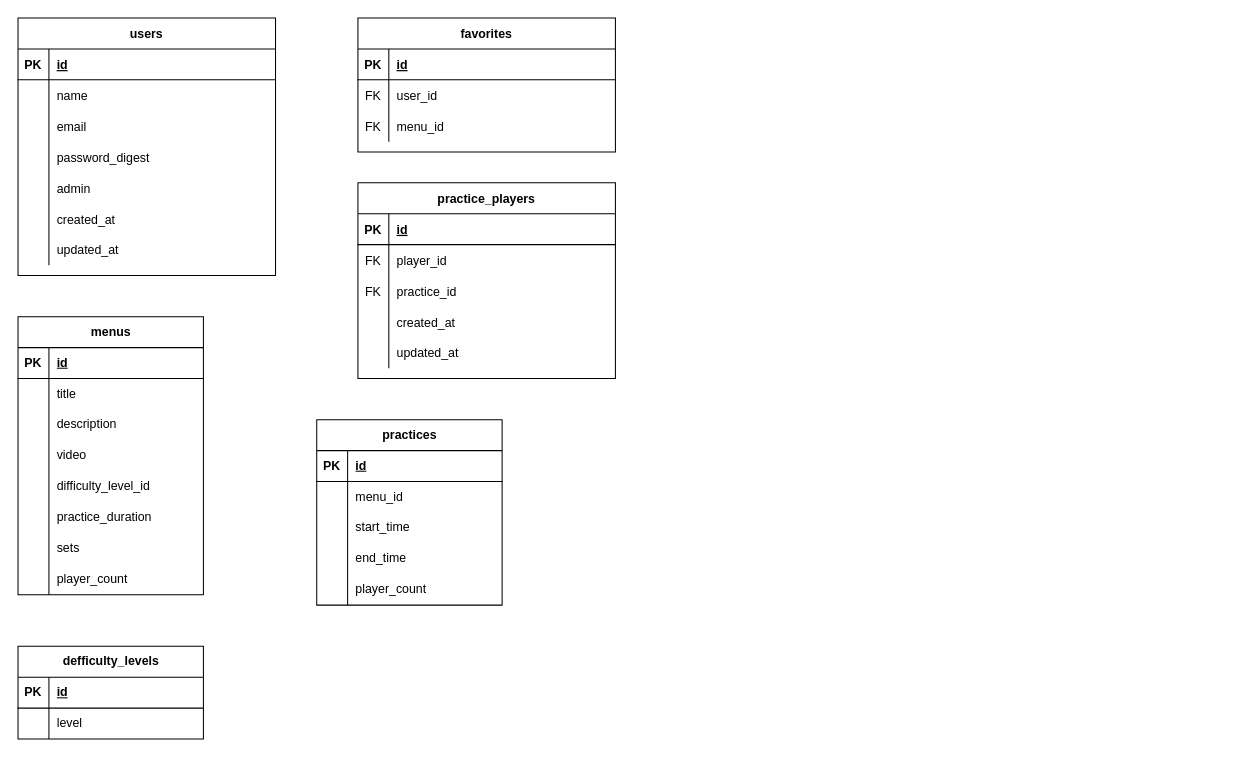
The draw.io diagram 卒業課題.drawio in yu-tas/achieve, before the edit. Source tidied: cells renumbered, new cells numbered last; positions are measured from the earlier drawing's top-left corner, leaving out a move shared by most shapes. Both pictures are drawn from the tidied source at 103%, with x=0, y=0 at pixel (18, 18).
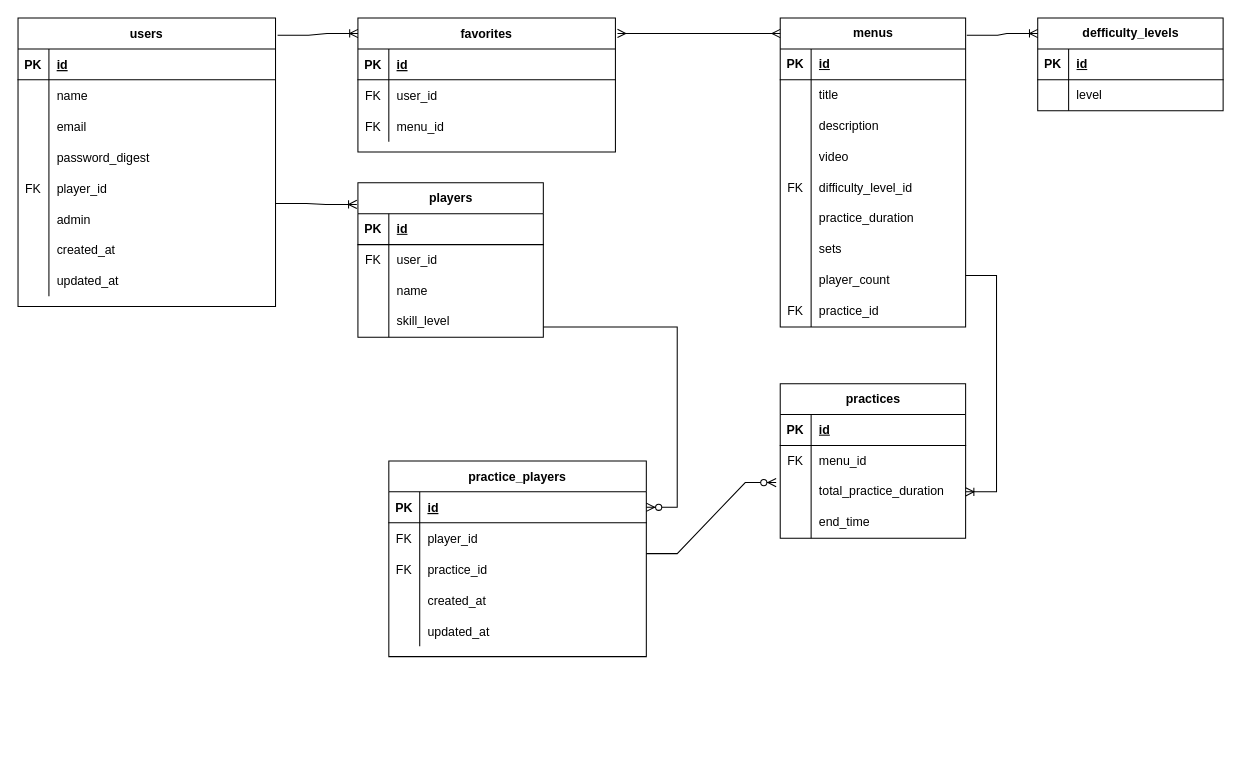
After the change.

Commit message:
卒業課題.drawio を更新します

The change refers to these unchanged cells:
```xml
<mxCell id="2" value="favorites" style="shape=table;startSize=30;childLayout=tableLayout;rowLines=0;fontStyle=1;align=center;" parent="1" vertex="1">
  <mxGeometry x="330" width="250" height="130" as="geometry" />
</mxCell>
<mxCell id="13" style="shape=partialRectangle;fillColor=none;points=[[0,0.5],[1,0.5]];portConstraint=eastwest;top=0;left=0;right=0;bottom=1;" parent="12" vertex="1">
  <mxGeometry y="30" width="250" height="30" as="geometry" />
</mxCell>
<mxCell id="63" style="shape=tableRow;horizontal=0;startSize=0;swimlaneHead=0;swimlaneBody=0;fillColor=none;top=0;left=0;right=0;bottom=0;" parent="50" vertex="1">
  <mxGeometry y="150" width="180" height="30" as="geometry" />
</mxCell>
<mxCell id="86" style="shape=tableRow;horizontal=0;startSize=0;swimlaneHead=0;swimlaneBody=0;fillColor=none;top=0;left=0;right=0;bottom=0;" parent="82" vertex="1">
  <mxGeometry y="60" width="180" height="30" as="geometry" />
</mxCell>
```

Change to the diagram source:
```diff
@@
     <mxCell id="12" value="practice_players" style="shape=table;startSize=30;childLayout=tableLayout;rowLines=0;fontStyle=1;align=center;" parent="1" vertex="1">
-      <mxGeometry x="330" y="160" width="250" height="190" as="geometry" />
+      <mxGeometry x="360" y="430" width="250" height="190" as="geometry" />
     </mxCell>
@@
     <mxCell id="28" value="users" style="shape=table;startSize=30;childLayout=tableLayout;rowLines=0;fontStyle=1;align=center;" parent="1" vertex="1">
-      <mxGeometry width="250" height="250" as="geometry" />
+      <mxGeometry width="250" height="280" as="geometry" />
     </mxCell>
@@
+    <mxCell id="98" style="shape=partialRectangle;fillColor=none;top=0;left=0;right=0;bottom=0;" parent="28" vertex="1">
+      <mxGeometry y="150" width="250" height="30" as="geometry" />
+    </mxCell>
+    <mxCell id="99" value="FK" style="shape=partialRectangle;overflow=hidden;fillColor=none;top=0;left=0;bottom=0;right=0;" parent="98" vertex="1">
+      <mxGeometry width="30" height="30" as="geometry" />
+    </mxCell>
+    <mxCell id="100" value="player_id" style="shape=partialRectangle;overflow=hidden;fillColor=none;top=0;left=0;bottom=0;right=0;align=left;spacingLeft=6;" parent="98" vertex="1">
+      <mxGeometry x="30" width="220" height="30" as="geometry" />
+    </mxCell>
     <mxCell id="41" style="shape=partialRectangle;fillColor=none;top=0;left=0;right=0;bottom=0;" parent="28" vertex="1">
-      <mxGeometry y="150" width="250" height="30" as="geometry" />
+      <mxGeometry y="180" width="250" height="30" as="geometry" />
     </mxCell>
@@
     <mxCell id="44" style="shape=partialRectangle;fillColor=none;top=0;left=0;right=0;bottom=0;" parent="28" vertex="1">
-      <mxGeometry y="180" width="250" height="30" as="geometry" />
+      <mxGeometry y="210" width="250" height="30" as="geometry" />
     </mxCell>
@@
     <mxCell id="47" style="shape=partialRectangle;fillColor=none;top=0;left=0;right=0;bottom=0;" parent="28" vertex="1">
-      <mxGeometry y="210" width="250" height="30" as="geometry" />
+      <mxGeometry y="240" width="250" height="30" as="geometry" />
     </mxCell>
@@
     <mxCell id="50" value="menus" style="shape=table;startSize=30;childLayout=tableLayout;rowLines=0;fontStyle=1;align=center;html=1;" parent="1" vertex="1">
-      <mxGeometry y="290" width="180" height="270" as="geometry" />
+      <mxGeometry x="740" width="180" height="300" as="geometry" />
     </mxCell>
@@
-    <mxCell id="64" style="shape=partialRectangle;fillColor=none;top=0;left=0;bottom=0;right=0;overflow=hidden;whiteSpace=wrap;html=1;" parent="63" vertex="1">
+    <mxCell id="64" value="FK" style="shape=partialRectangle;fillColor=none;top=0;left=0;bottom=0;right=0;overflow=hidden;whiteSpace=wrap;html=1;" parent="63" vertex="1">
       <mxGeometry width="30" height="30" as="geometry" />
     </mxCell>
@@
+    <mxCell id="101" style="shape=tableRow;horizontal=0;startSize=0;swimlaneHead=0;swimlaneBody=0;fillColor=none;top=0;left=0;right=0;bottom=0;" parent="50" vertex="1">
+      <mxGeometry y="270" width="180" height="30" as="geometry" />
+    </mxCell>
+    <mxCell id="102" value="FK" style="shape=partialRectangle;fillColor=none;top=0;left=0;bottom=0;right=0;overflow=hidden;whiteSpace=wrap;html=1;" parent="101" vertex="1">
+      <mxGeometry width="30" height="30" as="geometry" />
+    </mxCell>
+    <mxCell id="103" value="practice_id" style="shape=partialRectangle;fillColor=none;top=0;left=0;bottom=0;right=0;align=left;spacingLeft=6;overflow=hidden;whiteSpace=wrap;html=1;" parent="101" vertex="1">
+      <mxGeometry x="30" width="150" height="30" as="geometry" />
+    </mxCell>
     <mxCell id="75" value="defficulty_levels" style="shape=table;startSize=30;childLayout=tableLayout;rowLines=0;fontStyle=1;align=center;html=1;" parent="1" vertex="1">
-      <mxGeometry y="610" width="180" height="90" as="geometry" />
+      <mxGeometry x="990" width="180" height="90" as="geometry" />
     </mxCell>
@@
     <mxCell id="82" value="practices" style="shape=table;startSize=30;childLayout=tableLayout;rowLines=0;fontStyle=1;align=center;html=1;" parent="1" vertex="1">
-      <mxGeometry x="290" y="390" width="180" height="180" as="geometry" />
+      <mxGeometry x="740" y="355" width="180" height="150" as="geometry" />
     </mxCell>
@@
-    <mxCell id="87" style="shape=partialRectangle;fillColor=none;top=0;left=0;bottom=0;right=0;overflow=hidden;whiteSpace=wrap;html=1;" parent="86" vertex="1">
+    <mxCell id="87" value="FK" style="shape=partialRectangle;fillColor=none;top=0;left=0;bottom=0;right=0;overflow=hidden;whiteSpace=wrap;html=1;" parent="86" vertex="1">
       <mxGeometry width="30" height="30" as="geometry" />
     </mxCell>
@@
-    <mxCell id="89" style="shape=tableRow;horizontal=0;startSize=0;swimlaneHead=0;swimlaneBody=0;fillColor=none;top=0;left=0;right=0;bottom=0;" parent="82" vertex="1">
-      <mxGeometry y="90" width="180" height="30" as="geometry" />
-    </mxCell>
-    <mxCell id="90" style="shape=partialRectangle;fillColor=none;top=0;left=0;bottom=0;right=0;overflow=hidden;whiteSpace=wrap;html=1;" parent="89" vertex="1">
-      <mxGeometry width="30" height="30" as="geometry" />
-    </mxCell>
-    <mxCell id="91" value="start_time" style="shape=partialRectangle;fillColor=none;top=0;left=0;bottom=0;right=0;align=left;spacingLeft=6;overflow=hidden;whiteSpace=wrap;html=1;" parent="89" vertex="1">
-      <mxGeometry x="30" width="150" height="30" as="geometry" />
-    </mxCell>
+    <mxCell id="104" style="shape=tableRow;horizontal=0;startSize=0;swimlaneHead=0;swimlaneBody=0;fillColor=none;points=[[0,0.5],[1,0.5]];portConstraint=eastwest;top=0;left=0;right=0;bottom=0;" parent="82" vertex="1">
+      <mxGeometry y="90" width="180" height="30" as="geometry" />
+    </mxCell>
+    <mxCell id="105" style="shape=partialRectangle;fillColor=none;top=0;left=0;bottom=0;right=0;overflow=hidden;whiteSpace=wrap;html=1;" parent="104" vertex="1">
+      <mxGeometry width="30" height="30" as="geometry" />
+    </mxCell>
+    <mxCell id="106" value="total_practice_duration" style="shape=partialRectangle;fillColor=none;top=0;left=0;bottom=0;right=0;align=left;spacingLeft=6;overflow=hidden;whiteSpace=wrap;html=1;" parent="104" vertex="1">
+      <mxGeometry x="30" width="150" height="30" as="geometry" />
+    </mxCell>
@@
-    <mxCell id="95" style="shape=tableRow;horizontal=0;startSize=0;swimlaneHead=0;swimlaneBody=0;fillColor=none;top=0;left=0;right=0;bottom=0;" parent="82" vertex="1">
-      <mxGeometry y="150" width="180" height="30" as="geometry" />
-    </mxCell>
-    <mxCell id="96" style="shape=partialRectangle;fillColor=none;top=0;left=0;bottom=0;right=0;overflow=hidden;whiteSpace=wrap;html=1;" parent="95" vertex="1">
-      <mxGeometry width="30" height="30" as="geometry" />
-    </mxCell>
-    <mxCell id="97" value="player_count" style="shape=partialRectangle;fillColor=none;top=0;left=0;bottom=0;right=0;align=left;spacingLeft=6;overflow=hidden;whiteSpace=wrap;html=1;" parent="95" vertex="1">
-      <mxGeometry x="30" width="150" height="30" as="geometry" />
-    </mxCell>
+    <mxCell id="107" value="players" style="shape=table;startSize=30;childLayout=tableLayout;rowLines=0;fontStyle=1;align=center;html=1;" parent="1" vertex="1">
+      <mxGeometry x="330" y="160" width="180" height="150" as="geometry" />
+    </mxCell>
+    <mxCell id="108" style="shape=tableRow;horizontal=0;startSize=0;swimlaneHead=0;swimlaneBody=0;fillColor=none;top=0;left=0;right=0;bottom=1;" parent="107" vertex="1">
+      <mxGeometry y="30" width="180" height="30" as="geometry" />
+    </mxCell>
+    <mxCell id="109" value="PK" style="shape=partialRectangle;fillColor=none;top=0;left=0;bottom=0;right=0;fontStyle=1;overflow=hidden;whiteSpace=wrap;html=1;" parent="108" vertex="1">
+      <mxGeometry width="30" height="30" as="geometry" />
+    </mxCell>
+    <mxCell id="110" value="id" style="shape=partialRectangle;fillColor=none;top=0;left=0;bottom=0;right=0;align=left;spacingLeft=6;fontStyle=5;overflow=hidden;whiteSpace=wrap;html=1;" parent="108" vertex="1">
+      <mxGeometry x="30" width="150" height="30" as="geometry" />
+    </mxCell>
+    <mxCell id="111" style="shape=tableRow;horizontal=0;startSize=0;swimlaneHead=0;swimlaneBody=0;fillColor=none;top=0;left=0;right=0;bottom=0;" parent="107" vertex="1">
+      <mxGeometry y="60" width="180" height="30" as="geometry" />
+    </mxCell>
+    <mxCell id="112" value="FK" style="shape=partialRectangle;fillColor=none;top=0;left=0;bottom=0;right=0;overflow=hidden;whiteSpace=wrap;html=1;" parent="111" vertex="1">
+      <mxGeometry width="30" height="30" as="geometry" />
+    </mxCell>
+    <mxCell id="113" value="user_id" style="shape=partialRectangle;fillColor=none;top=0;left=0;bottom=0;right=0;align=left;spacingLeft=6;overflow=hidden;whiteSpace=wrap;html=1;" parent="111" vertex="1">
+      <mxGeometry x="30" width="150" height="30" as="geometry" />
+    </mxCell>
+    <mxCell id="114" style="shape=tableRow;horizontal=0;startSize=0;swimlaneHead=0;swimlaneBody=0;fillColor=none;top=0;left=0;right=0;bottom=0;" parent="107" vertex="1">
+      <mxGeometry y="90" width="180" height="30" as="geometry" />
+    </mxCell>
+    <mxCell id="115" style="shape=partialRectangle;fillColor=none;top=0;left=0;bottom=0;right=0;overflow=hidden;whiteSpace=wrap;html=1;" parent="114" vertex="1">
+      <mxGeometry width="30" height="30" as="geometry" />
+    </mxCell>
+    <mxCell id="116" value="name" style="shape=partialRectangle;fillColor=none;top=0;left=0;bottom=0;right=0;align=left;spacingLeft=6;overflow=hidden;whiteSpace=wrap;html=1;" parent="114" vertex="1">
+      <mxGeometry x="30" width="150" height="30" as="geometry" />
+    </mxCell>
+    <mxCell id="117" style="shape=tableRow;horizontal=0;startSize=0;swimlaneHead=0;swimlaneBody=0;fillColor=none;top=0;left=0;right=0;bottom=0;" parent="107" vertex="1">
+      <mxGeometry y="120" width="180" height="30" as="geometry" />
+    </mxCell>
+    <mxCell id="118" style="shape=partialRectangle;fillColor=none;top=0;left=0;bottom=0;right=0;overflow=hidden;whiteSpace=wrap;html=1;" parent="117" vertex="1">
+      <mxGeometry width="30" height="30" as="geometry" />
+    </mxCell>
+    <mxCell id="119" value="skill_level" style="shape=partialRectangle;fillColor=none;top=0;left=0;bottom=0;right=0;align=left;spacingLeft=6;overflow=hidden;whiteSpace=wrap;html=1;" parent="117" vertex="1">
+      <mxGeometry x="30" width="150" height="30" as="geometry" />
+    </mxCell>
+    <mxCell id="120" style="edgeStyle=entityRelationEdgeStyle;fontSize=12;html=1;endArrow=ERmany;startArrow=ERmany;rounded=0;exitX=1.008;exitY=0.115;exitDx=0;exitDy=0;exitPerimeter=0;" parent="1" edge="1" source="2">
+      <mxGeometry relative="1" as="geometry">
+        <mxPoint x="740" y="15" as="targetPoint" />
+      </mxGeometry>
+    </mxCell>
+    <mxCell id="121" style="edgeStyle=entityRelationEdgeStyle;fontSize=12;html=1;endArrow=ERoneToMany;rounded=0;exitX=1.006;exitY=0.056;exitDx=0;exitDy=0;exitPerimeter=0;" parent="1" edge="1" source="50">
+      <mxGeometry relative="1" as="geometry">
+        <mxPoint x="990" y="15" as="targetPoint" />
+      </mxGeometry>
+    </mxCell>
+    <mxCell id="122" style="edgeStyle=entityRelationEdgeStyle;fontSize=12;html=1;endArrow=ERoneToMany;rounded=0;exitX=1.008;exitY=0.06;exitDx=0;exitDy=0;exitPerimeter=0;" parent="1" edge="1" source="28">
+      <mxGeometry relative="1" as="geometry">
+        <mxPoint x="330" y="15" as="targetPoint" />
+      </mxGeometry>
+    </mxCell>
+    <mxCell id="123" style="edgeStyle=entityRelationEdgeStyle;fontSize=12;html=1;endArrow=ERoneToMany;rounded=0;exitX=1.006;exitY=0.056;exitDx=0;exitDy=0;exitPerimeter=0;entryX=-0.006;entryY=0.14;entryDx=0;entryDy=0;entryPerimeter=0;" parent="1" edge="1" target="107">
+      <mxGeometry relative="1" as="geometry">
+        <mxPoint x="250" y="180" as="sourcePoint" />
+      </mxGeometry>
+    </mxCell>
+    <mxCell id="124" style="edgeStyle=entityRelationEdgeStyle;fontSize=12;html=1;endArrow=ERoneToMany;rounded=0;exitX=1.006;exitY=0.056;exitDx=0;exitDy=0;exitPerimeter=0;entryX=1;entryY=0.5;entryDx=0;entryDy=0;" parent="1" edge="1" target="104">
+      <mxGeometry relative="1" as="geometry">
+        <mxPoint x="920" y="250" as="sourcePoint" />
+      </mxGeometry>
+    </mxCell>
+    <mxCell id="125" style="edgeStyle=entityRelationEdgeStyle;fontSize=12;html=1;endArrow=ERzeroToMany;endFill=1;rounded=0;" parent="1" edge="1" target="13">
+      <mxGeometry relative="1" as="geometry">
+        <mxPoint x="510" y="300" as="sourcePoint" />
+        <Array as="points">
+          <mxPoint x="270" y="380" />
+        </Array>
+      </mxGeometry>
+    </mxCell>
+    <mxCell id="126" style="edgeStyle=entityRelationEdgeStyle;fontSize=12;html=1;endArrow=ERzeroToMany;endFill=1;rounded=0;entryX=-0.022;entryY=0.2;entryDx=0;entryDy=0;entryPerimeter=0;" parent="1" edge="1" target="104">
+      <mxGeometry relative="1" as="geometry">
+        <mxPoint x="610" y="520" as="sourcePoint" />
+        <Array as="points">
+          <mxPoint x="370" y="600" />
+        </Array>
+      </mxGeometry>
+    </mxCell>
```
